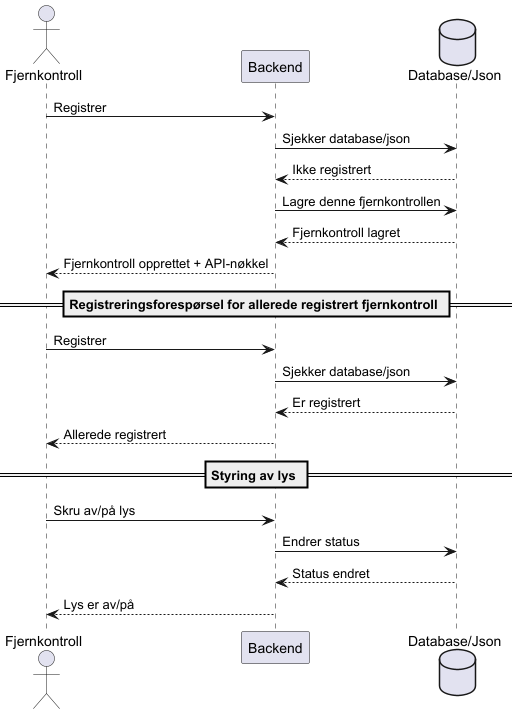
The PlantUML diagram IoT-Prosjekt/Backend/Diagrams/sequence.png in Arvoz/Gruppe4_V2, before a commit. Source of this version:
```plantuml
@startuml
actor GUI as "Fjernkontroll"
participant Backend
database Data as "Database/Json"

GUI -> Backend: Registrer
Backend -> Data: Sjekker database/json
Data --> Backend: Ikke registrert
Backend -> Data: Lagre denne fjernkontrollen
Data --> Backend: Fjernkontroll lagret
Backend --> GUI: Fjernkontroll opprettet + API-nøkkel

== Registreringsforespørsel for allerede registrert fjernkontroll ==
GUI -> Backend: Registrer
Backend -> Data: Sjekker database/json
Data --> Backend: Er registrert
Backend --> GUI: Allerede registrert

== Styring av lys ==
GUI -> Backend: Skru av/på lys
Backend -> Data: Endrer status
Data --> Backend: Status endret
Backend --> GUI: Lys er av/på
@enduml
```
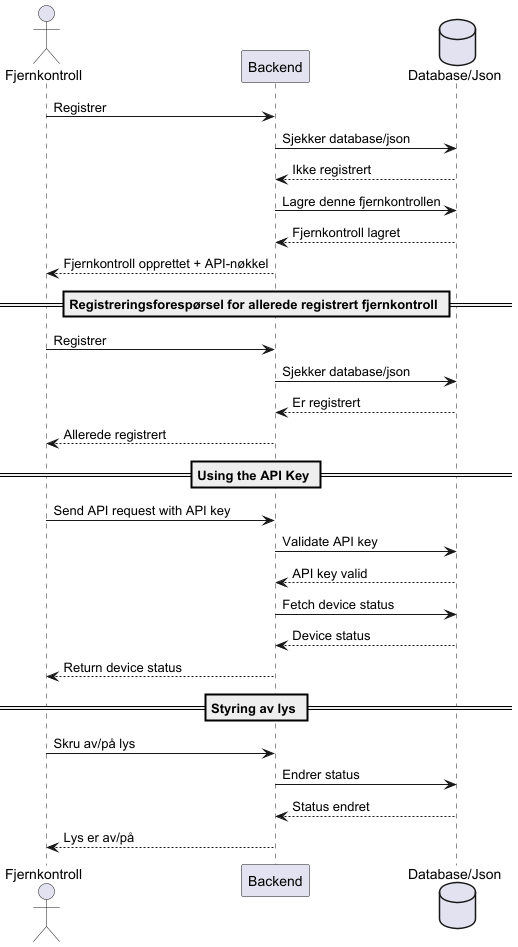
After the commit.

What changed in the source:
```diff
@@ -16,6 +16,14 @@
 Data --> Backend: Er registrert
 Backend --> GUI: Allerede registrert
 
+== Using the API Key ==
+GUI -> Backend: Send API request with API key
+Backend -> Data: Validate API key
+Data --> Backend: API key valid
+Backend -> Data: Fetch device status
+Data --> Backend: Device status
+Backend --> GUI: Return device status
+
 == Styring av lys ==
 GUI -> Backend: Skru av/på lys
 Backend -> Data: Endrer status
```
